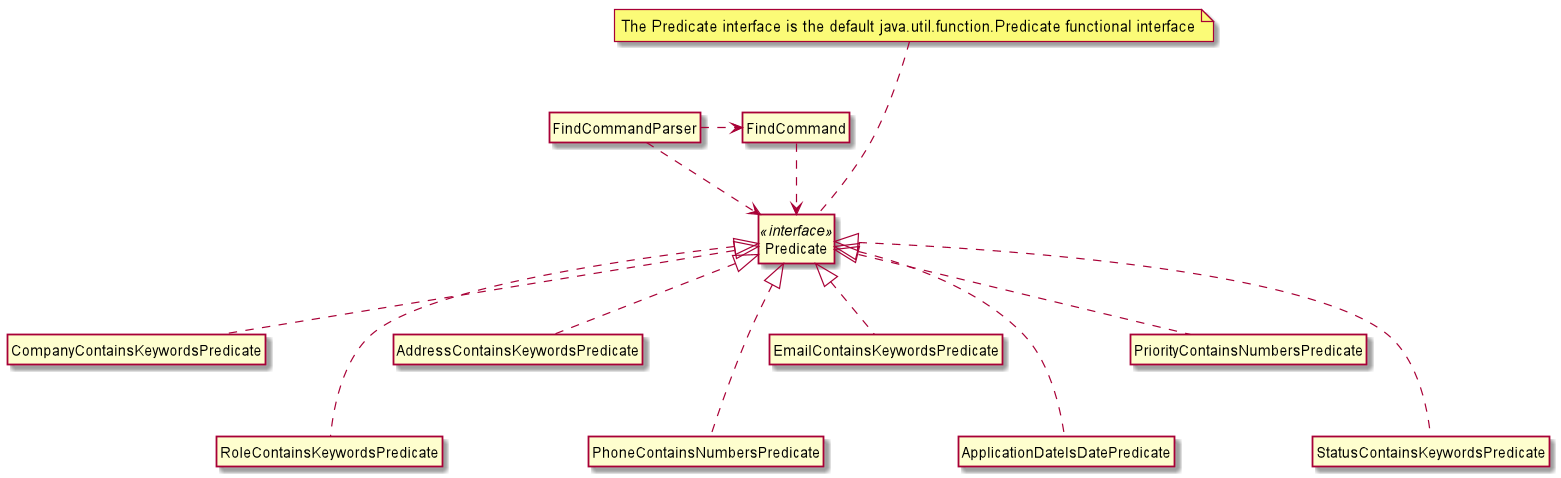
Earlier version of the PlantUML export docs/images/FindClassDiagram.png (wxwxwxwx9/main).
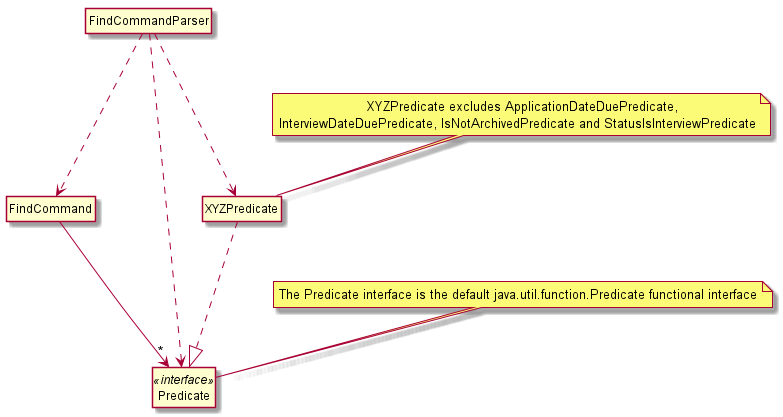
After the change.

Commit message:
Update find class diagram

What changed in the source:
```diff
@@ -16,35 +16,7 @@
 
 }
 
-Class CompanyContainsKeywordsPredicate {
-
-}
-
-Class RoleContainsKeywordsPredicate {
-
-}
-
-Class AddressContainsKeywordsPredicate {
-
-}
-
-Class PhoneContainsNumbersPredicate {
-
-}
-
-Class EmailContainsKeywordsPredicate {
-
-}
-
-Class ApplicationDateIsDatePredicate {
-
-}
-
-Class PriorityContainsNumbersPredicate {
-
-}
-
-Class StatusContainsKeywordsPredicate {
+Class XYZPredicate {
 
 }
 
@@ -52,17 +24,17 @@
   The Predicate interface is the default java.util.function.Predicate functional interface
 end note
 
-N1 ... Predicate
-FindCommandParser .down.> Predicate
-FindCommandParser .right.> FindCommand
-FindCommand .down.> Predicate
-CompanyContainsKeywordsPredicate .up.|> Predicate
-RoleContainsKeywordsPredicate ..up.|> Predicate
-AddressContainsKeywordsPredicate .up.|> Predicate
-PhoneContainsNumbersPredicate ..up.|> Predicate
-EmailContainsKeywordsPredicate .up.|> Predicate
-ApplicationDateIsDatePredicate ..up.|> Predicate
-PriorityContainsNumbersPredicate .up.|> Predicate
-StatusContainsKeywordsPredicate ..up.|> Predicate
+note as N2
+                        XYZPredicate excludes ApplicationDateDuePredicate,
+  InterviewDateDuePredicate, IsNotArchivedPredicate and StatusIsInterviewPredicate
+end note
+
+N1 .. Predicate
+N2 .. XYZPredicate
+FindCommandParser ...> XYZPredicate
+FindCommandParser ...> Predicate
+FindCommandParser ...> FindCommand
+FindCommand ---> "*" Predicate
+XYZPredicate ...|> Predicate
 
 @enduml
```
